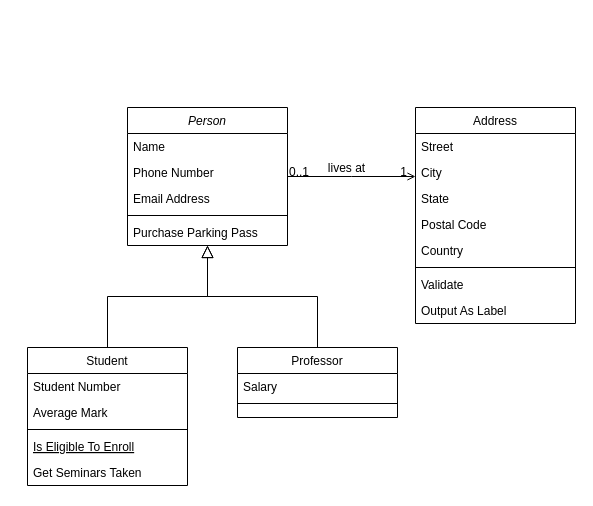
FrewenWang/AuraTechNotes keeps this draw.io diagram as 04.Android/Untitled Diagram.drawio. Above is the earlier version. Source tidied: cells renumbered, new cells numbered last; positions are measured from the earlier drawing's top-left corner, leaving out a move shared by most shapes. Both pictures are drawn from the tidied source at 100%, with x=0, y=0 at pixel (27, 107).
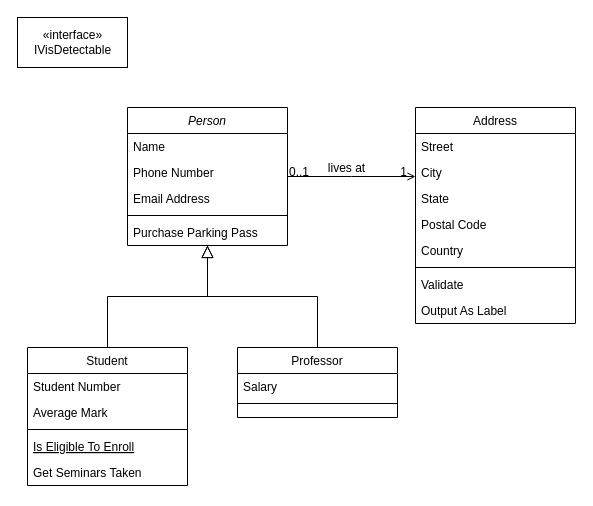
The same page after the edit.

The edit, as a diff of the source:
```diff
@@
+    <mxCell id="32" value="«interface»&lt;br&gt;IVisDetectable" style="html=1;" parent="1" vertex="1">
+      <mxGeometry x="-10" y="-90" width="110" height="50" as="geometry" />
+    </mxCell>
```
